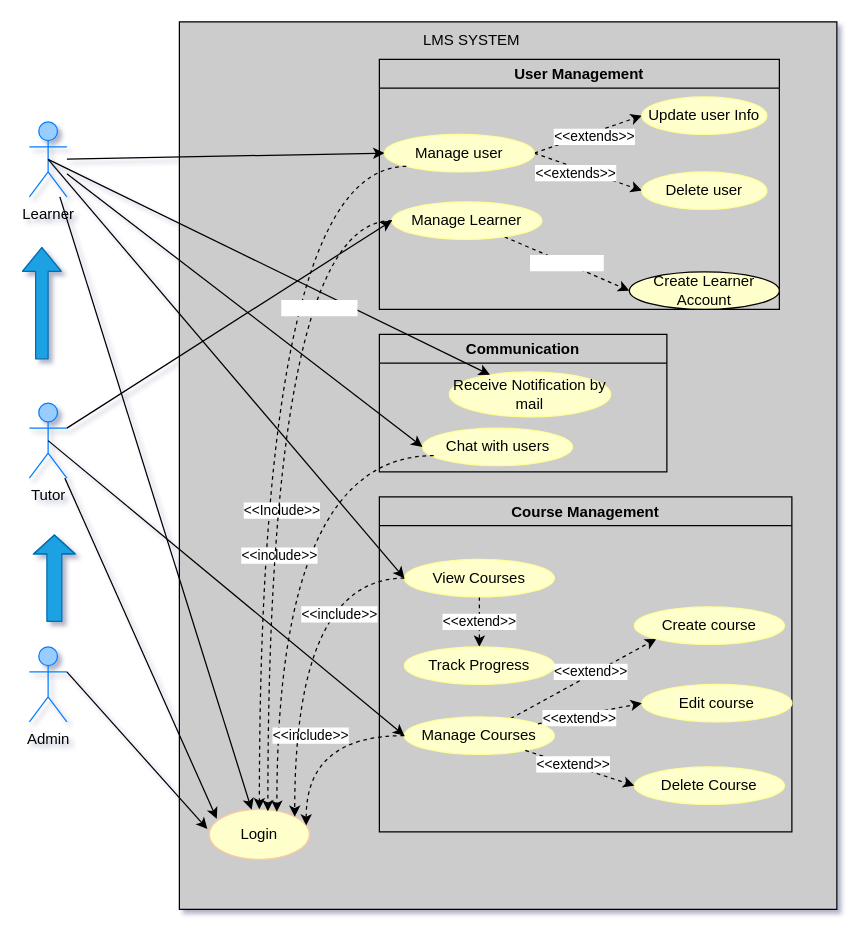
Davidben75/Elearn_api keeps this draw.io diagram as UML/usecase/usecase_diagram.drawio. Above is the earlier version. Source tidied: cells renumbered, new cells numbered last; positions are measured from the earlier drawing's top-left corner, leaving out a move shared by most shapes. Both pictures are drawn from the tidied source at 125%, with x=0, y=0 at pixel (29, 21).
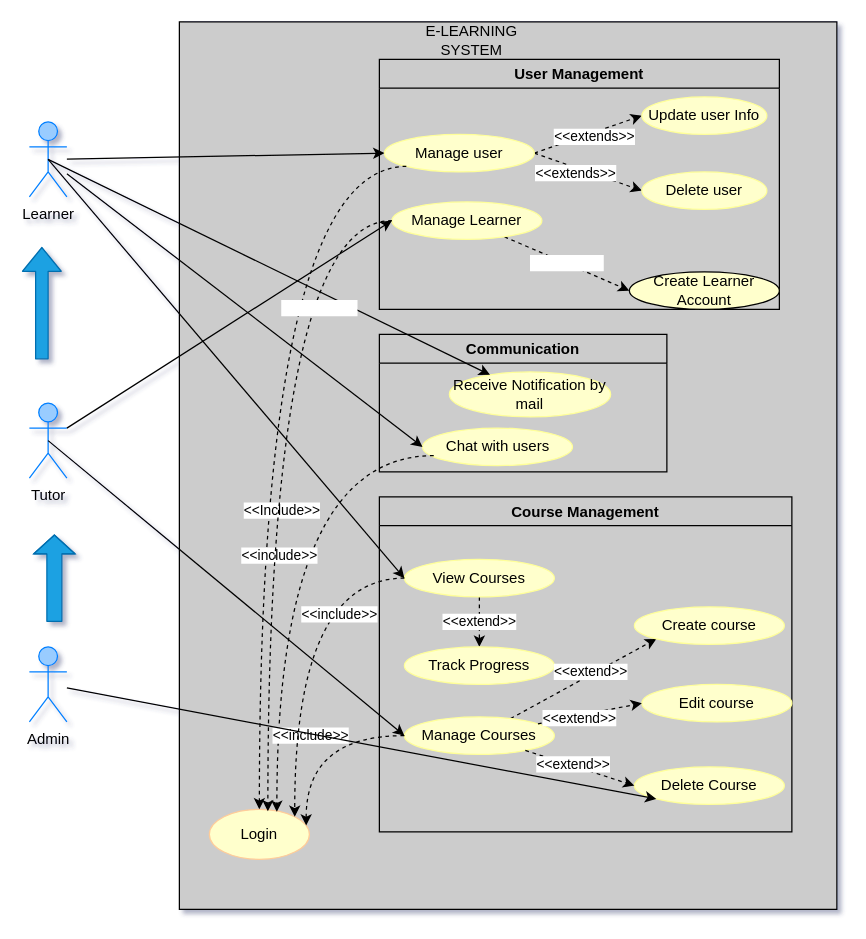
After the change.

The change refers to these unchanged cells:
```xml
<mxCell id="2" value="Learner" style="shape=umlActor;verticalLabelPosition=bottom;verticalAlign=top;html=1;outlineConnect=0;fillColor=#99CCFF;strokeColor=#007FFF;" parent="1" vertex="1">
  <mxGeometry y="80" width="30" height="60" as="geometry" />
</mxCell>
<mxCell id="3" value="Tutor" style="shape=umlActor;verticalLabelPosition=bottom;verticalAlign=top;html=1;outlineConnect=0;fillColor=#99CCFF;strokeColor=#007FFF;" parent="1" vertex="1">
  <mxGeometry y="305" width="30" height="60" as="geometry" />
</mxCell>
<mxCell id="4" value="Admin" style="shape=umlActor;verticalLabelPosition=bottom;verticalAlign=top;html=1;outlineConnect=0;strokeColor=#007FFF;fillColor=#99CCFF;" parent="1" vertex="1">
  <mxGeometry y="500" width="30" height="60" as="geometry" />
</mxCell>
<mxCell id="7" value="&lt;font color=&quot;#000000&quot;&gt;Login&lt;/font&gt;" style="ellipse;whiteSpace=wrap;html=1;fillColor=#FFFFCC;strokeColor=#FFCC99;" parent="1" vertex="1">
  <mxGeometry x="144" y="630" width="80" height="40" as="geometry" />
</mxCell>
<mxCell id="46" value="&lt;font color=&quot;#000000&quot;&gt;Delete Course&lt;/font&gt;" style="ellipse;whiteSpace=wrap;html=1;strokeColor=#FFFF99;fillColor=#FFFFCC;" parent="1" vertex="1">
  <mxGeometry x="484" y="596" width="120" height="30" as="geometry" />
</mxCell>
```

The edit, as a diff of the source:
```diff
@@
-    <mxCell id="6" value="&lt;span style=&quot;font-family: Helvetica; font-size: 12px; font-style: normal; font-variant-ligatures: normal; font-variant-caps: normal; font-weight: 400; letter-spacing: normal; orphans: 2; text-align: center; text-indent: 0px; text-transform: none; widows: 2; word-spacing: 0px; -webkit-text-stroke-width: 0px; text-decoration-thickness: initial; text-decoration-style: initial; text-decoration-color: initial; float: none; display: inline !important;&quot;&gt;&lt;font color=&quot;#000000&quot;&gt;LMS SYSTEM&lt;/font&gt;&lt;/span&gt;" style="text;html=1;strokeColor=none;fillColor=none;align=center;verticalAlign=middle;whiteSpace=wrap;rounded=0;" parent="1" vertex="1">
+    <mxCell id="6" value="&lt;span style=&quot;font-family: Helvetica; font-size: 12px; font-style: normal; font-variant-ligatures: normal; font-variant-caps: normal; font-weight: 400; letter-spacing: normal; orphans: 2; text-align: center; text-indent: 0px; text-transform: none; widows: 2; word-spacing: 0px; -webkit-text-stroke-width: 0px; text-decoration-thickness: initial; text-decoration-style: initial; text-decoration-color: initial; float: none; display: inline !important;&quot;&gt;&lt;font color=&quot;#000000&quot;&gt;E-LEARNING SYSTEM&lt;/font&gt;&lt;/span&gt;" style="text;html=1;strokeColor=none;fillColor=none;align=center;verticalAlign=middle;whiteSpace=wrap;rounded=0;" parent="1" vertex="1">
       <mxGeometry x="309" width="90" height="30" as="geometry" />
     </mxCell>
@@
-    <mxCell id="31" style="edgeStyle=none;html=1;entryX=0.074;entryY=0.188;entryDx=0;entryDy=0;entryPerimeter=0;strokeColor=#000000;" parent="1" edge="1" source="3" target="7">
-      <mxGeometry relative="1" as="geometry" />
-    </mxCell>
-    <mxCell id="32" style="edgeStyle=none;html=1;strokeColor=#000000;" parent="1" edge="1" source="2" target="7">
-      <mxGeometry relative="1" as="geometry" />
-    </mxCell>
-    <mxCell id="33" style="edgeStyle=none;html=1;exitX=1;exitY=0.3333333333333333;exitDx=0;exitDy=0;exitPerimeter=0;entryX=-0.02;entryY=0.393;entryDx=0;entryDy=0;entryPerimeter=0;strokeColor=#000000;" parent="1" edge="1" source="4" target="7">
-      <mxGeometry relative="1" as="geometry" />
-    </mxCell>
@@
+    <mxCell id="57" style="edgeStyle=none;html=1;entryX=0;entryY=1;entryDx=0;entryDy=0;strokeColor=#000000;" parent="1" edge="1" source="4" target="46">
+      <mxGeometry relative="1" as="geometry" />
+    </mxCell>
```
